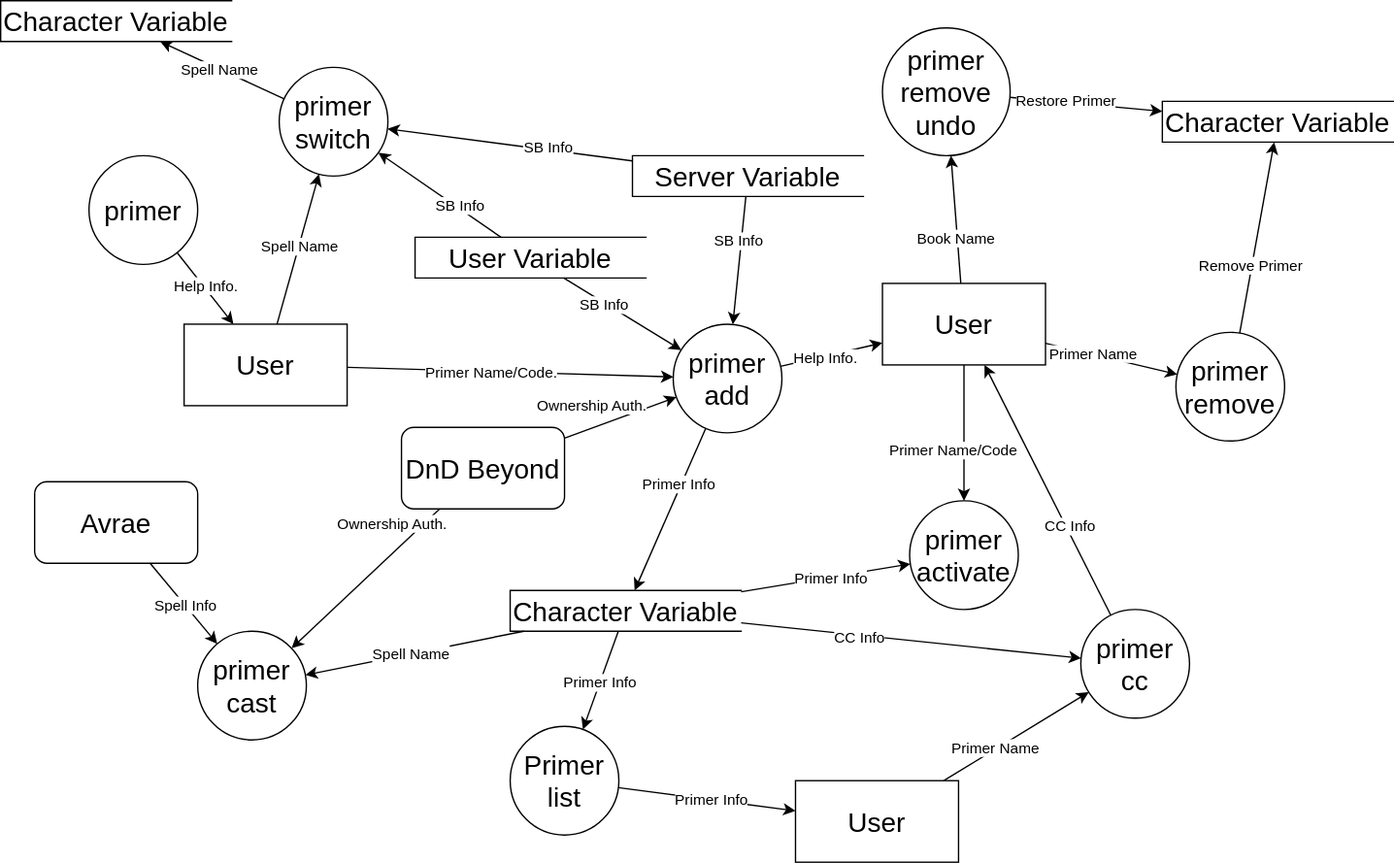
SethHartman13/Magic-Book-Library keeps this draw.io diagram as Design/primer_DFD.svg. Above is the earlier version. Source tidied: cells renumbered, new cells last; positions are measured from the earlier drawing's top-left corner, leaving out a move shared by most shapes.
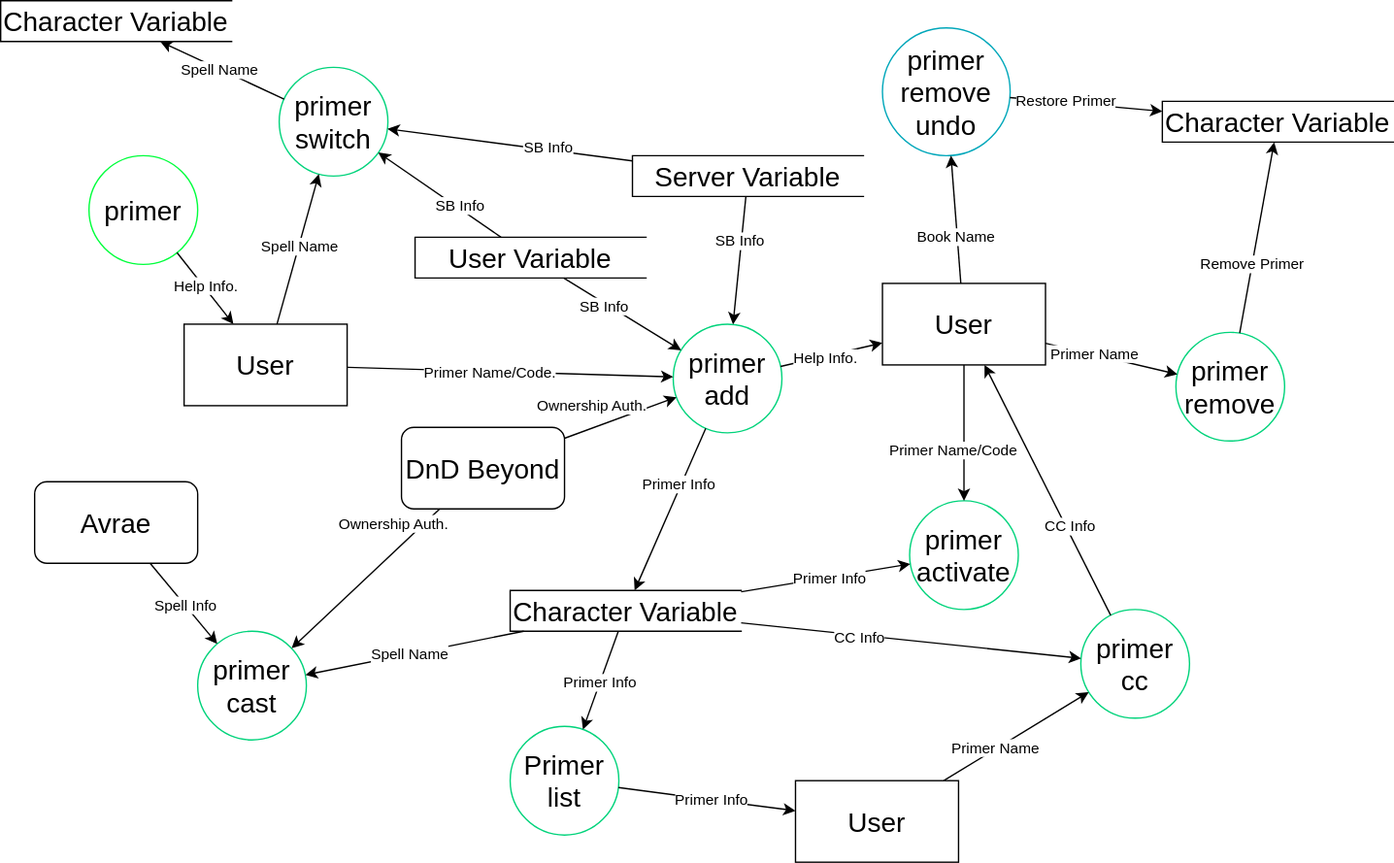
After the change.

The edit, as a diff of the source:
```diff
@@ -11,7 +11,7 @@
     <mxCell id="4" value="&lt;font style=&quot;font-size: 20px;&quot;&gt;DnD Beyond&lt;/font&gt;" style="rounded=1;whiteSpace=wrap;html=1;" parent="1" vertex="1">
       <mxGeometry x="295" y="314" width="120" height="60" as="geometry" />
     </mxCell>
-    <mxCell id="5" value="&lt;font style=&quot;font-size: 20px;&quot;&gt;primer&lt;/font&gt;" style="ellipse;whiteSpace=wrap;html=1;" parent="1" vertex="1">
+    <mxCell id="5" value="&lt;font style=&quot;font-size: 20px;&quot;&gt;primer&lt;/font&gt;" style="ellipse;whiteSpace=wrap;html=1;strokeColor=#00FF3C;" parent="1" vertex="1">
       <mxGeometry x="65" y="114" width="80" height="80" as="geometry" />
     </mxCell>
     <mxCell id="6" style="endArrow=classic;html=1;rounded=0;noEdgeStyle=1;" parent="1" edge="1" source="5" target="54">
@@ -20,7 +20,7 @@
     <mxCell id="7" value="Help Info." style="edgeLabel;html=1;align=center;verticalAlign=middle;" parent="6" vertex="1">
       <mxGeometry x="-0.05" y="1" relative="1" as="geometry" />
     </mxCell>
-    <mxCell id="8" value="&lt;font style=&quot;font-size: 20px;&quot;&gt;primer add&lt;/font&gt;" style="ellipse;whiteSpace=wrap;html=1;" parent="1" vertex="1">
+    <mxCell id="8" value="&lt;font style=&quot;font-size: 20px;&quot;&gt;primer add&lt;/font&gt;" style="ellipse;whiteSpace=wrap;html=1;strokeColor=#00D37B;" parent="1" vertex="1">
       <mxGeometry x="495" y="238" width="80" height="80" as="geometry" />
     </mxCell>
     <mxCell id="9" style="endArrow=classic;html=1;rounded=0;noEdgeStyle=1;" parent="1" edge="1" source="8" target="2">
@@ -46,7 +46,7 @@
         <mxPoint x="-4" y="-17" as="offset" />
       </mxGeometry>
     </mxCell>
-    <mxCell id="16" value="&lt;font style=&quot;font-size: 20px;&quot;&gt;primer activate&lt;/font&gt;" style="ellipse;whiteSpace=wrap;html=1;" parent="1" vertex="1">
+    <mxCell id="16" value="&lt;font style=&quot;font-size: 20px;&quot;&gt;primer activate&lt;/font&gt;" style="ellipse;whiteSpace=wrap;html=1;strokeColor=#00D37B;" parent="1" vertex="1">
       <mxGeometry x="669" y="368" width="80" height="80" as="geometry" />
     </mxCell>
     <mxCell id="17" style="endArrow=classic;html=1;rounded=0;noEdgeStyle=1;" parent="1" edge="1" source="13" target="16">
@@ -63,7 +63,7 @@
         <mxPoint x="-8" y="-6" as="offset" />
       </mxGeometry>
     </mxCell>
-    <mxCell id="21" value="&lt;font style=&quot;font-size: 20px;&quot;&gt;primer cast&lt;/font&gt;" style="ellipse;whiteSpace=wrap;html=1;" parent="1" vertex="1">
+    <mxCell id="21" value="&lt;font style=&quot;font-size: 20px;&quot;&gt;primer cast&lt;/font&gt;" style="ellipse;whiteSpace=wrap;html=1;strokeColor=#00D37B;" parent="1" vertex="1">
       <mxGeometry x="145" y="464" width="80" height="80" as="geometry" />
     </mxCell>
     <mxCell id="22" style="endArrow=classic;html=1;rounded=0;noEdgeStyle=1;" parent="1" edge="1" source="13" target="21">
@@ -86,7 +86,7 @@
         <mxPoint x="-4" y="-17" as="offset" />
       </mxGeometry>
     </mxCell>
-    <mxCell id="28" value="&lt;font style=&quot;font-size: 20px;&quot;&gt;primer remove&lt;/font&gt;" style="ellipse;whiteSpace=wrap;html=1;" parent="1" vertex="1">
+    <mxCell id="28" value="&lt;font style=&quot;font-size: 20px;&quot;&gt;primer remove&lt;/font&gt;" style="ellipse;whiteSpace=wrap;html=1;strokeColor=#00D37B;" parent="1" vertex="1">
       <mxGeometry x="865" y="244" width="80" height="80" as="geometry" />
     </mxCell>
     <mxCell id="29" style="endArrow=classic;html=1;rounded=0;noEdgeStyle=1;" parent="1" edge="1" source="2" target="28">
@@ -107,7 +107,7 @@
     <mxCell id="34" value="Remove Primer" style="edgeLabel;html=1;align=center;verticalAlign=middle;" parent="33" vertex="1">
       <mxGeometry x="-0.28" y="1" relative="1" as="geometry" />
     </mxCell>
-    <mxCell id="35" value="&lt;font style=&quot;font-size: 20px;&quot;&gt;primer remove&lt;br&gt;undo&lt;br&gt;&lt;/font&gt;" style="ellipse;whiteSpace=wrap;html=1;" parent="1" vertex="1">
+    <mxCell id="35" value="&lt;font style=&quot;font-size: 20px;&quot;&gt;primer remove&lt;br&gt;undo&lt;br&gt;&lt;/font&gt;" style="ellipse;whiteSpace=wrap;html=1;strokeColor=#00A7BA;" parent="1" vertex="1">
       <mxGeometry x="649" y="20" width="94" height="94" as="geometry" />
     </mxCell>
     <mxCell id="36" style="endArrow=classic;html=1;rounded=0;noEdgeStyle=1;" parent="1" edge="1" source="35" target="53">
@@ -122,7 +122,7 @@
     <mxCell id="39" value="Book&amp;nbsp;Name" style="edgeLabel;html=1;align=center;verticalAlign=middle;" parent="38" vertex="1">
       <mxGeometry x="-0.28" y="1" relative="1" as="geometry" />
     </mxCell>
-    <mxCell id="40" value="&lt;font style=&quot;font-size: 20px;&quot;&gt;primer cc&lt;/font&gt;" style="ellipse;whiteSpace=wrap;html=1;" parent="1" vertex="1">
+    <mxCell id="40" value="&lt;font style=&quot;font-size: 20px;&quot;&gt;primer cc&lt;/font&gt;" style="ellipse;whiteSpace=wrap;html=1;strokeColor=#00D37B;" parent="1" vertex="1">
       <mxGeometry x="795" y="448" width="80" height="80" as="geometry" />
     </mxCell>
     <mxCell id="41" style="endArrow=classic;html=1;rounded=0;noEdgeStyle=1;" parent="1" edge="1" source="40" target="2">
@@ -143,7 +143,7 @@
     <mxCell id="46" value="Primer Name" style="edgeLabel;html=1;align=center;verticalAlign=middle;" parent="45" vertex="1">
       <mxGeometry x="-0.28" y="1" relative="1" as="geometry" />
     </mxCell>
-    <mxCell id="47" value="&lt;font style=&quot;font-size: 20px;&quot;&gt;Primer list&lt;/font&gt;" style="ellipse;whiteSpace=wrap;html=1;" parent="1" vertex="1">
+    <mxCell id="47" value="&lt;font style=&quot;font-size: 20px;&quot;&gt;Primer list&lt;/font&gt;" style="ellipse;whiteSpace=wrap;html=1;strokeColor=#00D37B;" parent="1" vertex="1">
       <mxGeometry x="375" y="534" width="80" height="80" as="geometry" />
     </mxCell>
     <mxCell id="48" style="endArrow=classic;html=1;rounded=0;noEdgeStyle=1;" parent="1" edge="1" source="13" target="47">
@@ -185,7 +185,7 @@
     <mxCell id="60" value="SB Info" style="edgeLabel;html=1;align=center;verticalAlign=middle;" parent="59" vertex="1">
       <mxGeometry x="-0.3" y="-2" relative="1" as="geometry" />
     </mxCell>
-    <mxCell id="61" value="&lt;font style=&quot;font-size: 20px;&quot;&gt;primer switch&lt;/font&gt;" style="ellipse;whiteSpace=wrap;html=1;" parent="1" vertex="1">
+    <mxCell id="61" value="&lt;font style=&quot;font-size: 20px;&quot;&gt;primer switch&lt;/font&gt;" style="ellipse;whiteSpace=wrap;html=1;strokeColor=#00D37B;" parent="1" vertex="1">
       <mxGeometry x="205" y="49" width="80" height="80" as="geometry" />
     </mxCell>
     <mxCell id="62" style="endArrow=classic;html=1;rounded=0;noEdgeStyle=1;" parent="1" edge="1" source="54" target="61">
```
